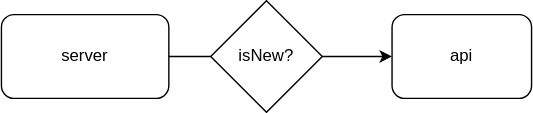
This is test.drawio.svg from a0716116z/drawiotest, a draw.io export, as it was before one commit. Source tidied: cells renumbered, new cells last; positions are measured from the earlier drawing's top-left corner, leaving out a move shared by most shapes. Source of this version:
```xml
<mxGraphModel>
  <root>
    <mxCell id="0" />
    <mxCell id="1" parent="0" />
    <mxCell id="2" value="server" style="rounded=1;whiteSpace=wrap;html=1;" parent="1" vertex="1">
      <mxGeometry y="10" width="120" height="60" as="geometry" />
    </mxCell>
    <mxCell id="3" style="edgeStyle=none;html=1;exitX=1;exitY=0.5;exitDx=0;exitDy=0;" parent="1" edge="1" source="4" target="6">
      <mxGeometry relative="1" as="geometry" />
    </mxCell>
    <mxCell id="4" value="isNew?" style="rhombus;whiteSpace=wrap;html=1;" parent="1" vertex="1">
      <mxGeometry x="150" width="80" height="80" as="geometry" />
    </mxCell>
    <mxCell id="5" style="endArrow=none;html=1;exitX=1;exitY=0.5;exitDx=0;exitDy=0;entryX=0;entryY=0.5;entryDx=0;entryDy=0;" parent="1" edge="1" source="2" target="4">
      <mxGeometry relative="1" as="geometry" />
    </mxCell>
    <mxCell id="6" value="api" style="rounded=1;whiteSpace=wrap;html=1;" parent="1" vertex="1">
      <mxGeometry x="280" y="10" width="100" height="60" as="geometry" />
    </mxCell>
  </root>
</mxGraphModel>
```
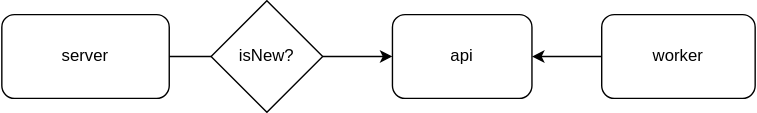
The same diagram one commit later.

Change to the diagram source:
```diff
@@ -17,5 +17,11 @@
     <mxCell id="6" value="api" style="rounded=1;whiteSpace=wrap;html=1;" parent="1" vertex="1">
       <mxGeometry x="280" y="10" width="100" height="60" as="geometry" />
     </mxCell>
+    <mxCell id="7" style="edgeStyle=none;html=1;" parent="1" edge="1" source="8" target="6">
+      <mxGeometry relative="1" as="geometry" />
+    </mxCell>
+    <mxCell id="8" value="worker" style="rounded=1;whiteSpace=wrap;html=1;" parent="1" vertex="1">
+      <mxGeometry x="430" y="10" width="110" height="60" as="geometry" />
+    </mxCell>
   </root>
 </mxGraphModel>
```
